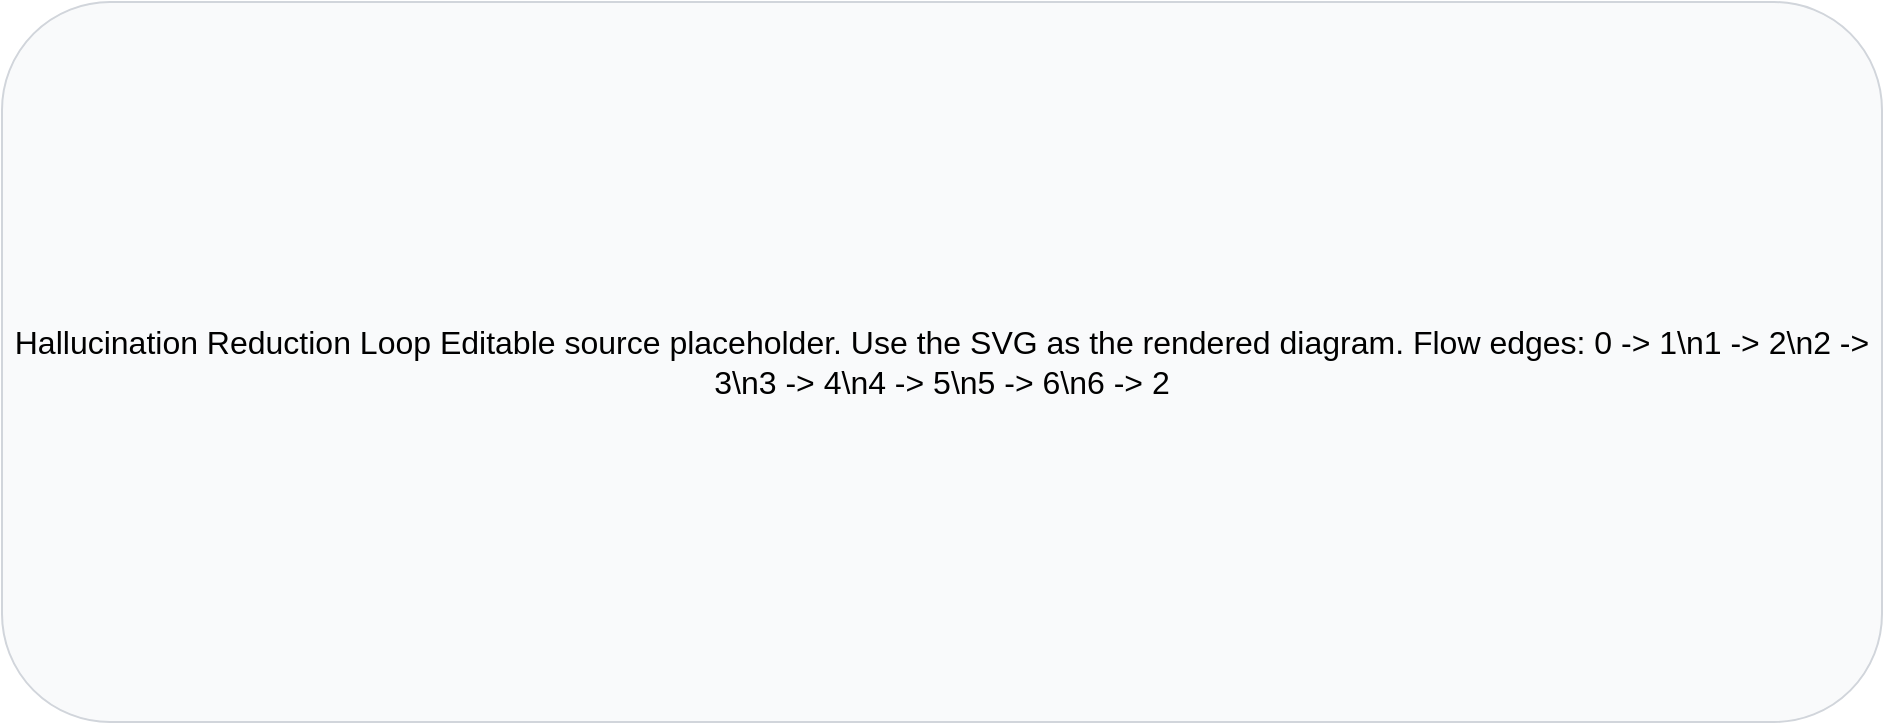
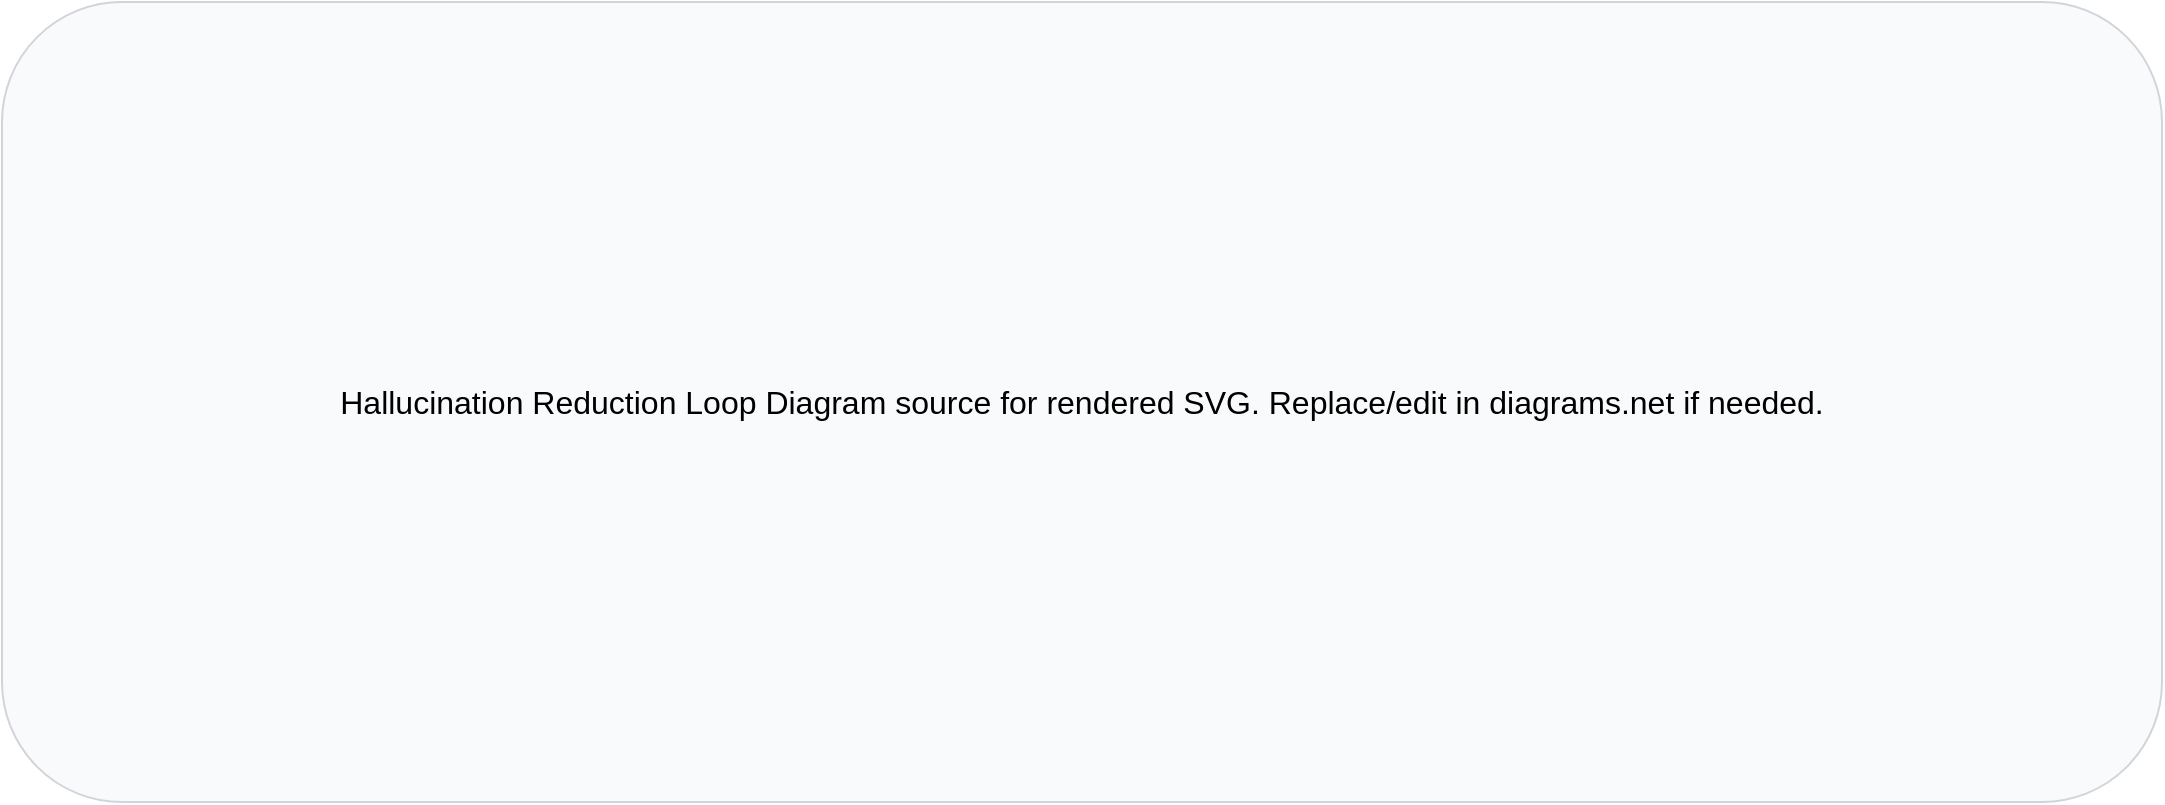
<mxfile host="app.diagrams.net">
  <diagram name="Hallucination Reduction Loop">
-     <mxGraphModel dx="1200" dy="800" grid="1" gridSize="10" guides="1" tooltips="1" connect="1" arrows="1" fold="1" page="1" pageScale="1" pageWidth="1100" pageHeight="520" math="0" shadow="0">
+     <mxGraphModel dx="1240" dy="800" grid="1" gridSize="10" guides="1" tooltips="1" connect="1" arrows="1" fold="1" page="1" pageScale="1" pageWidth="1240" pageHeight="560" math="0" shadow="0">
      <root>
        <mxCell id="0"/>
        <mxCell id="1" parent="0"/>
        <mxCell id="note" value="Hallucination Reduction Loop

- Editable source placeholder.
- Use the SVG as the rendered diagram.
- 
- Flow edges:
- 0 -&gt; 1\n1 -&gt; 2\n2 -&gt; 3\n3 -&gt; 4\n4 -&gt; 5\n5 -&gt; 6\n6 -&gt; 2" style="rounded=1;whiteSpace=wrap;html=1;fillColor=#f9fafb;strokeColor=#d1d5db;fontSize=16;" vertex="1" parent="1">
-           <mxGeometry x="80" y="80" width="940" height="360" as="geometry"/>
+ Diagram source for rendered SVG.
+ Replace/edit in diagrams.net if needed." style="rounded=1;whiteSpace=wrap;html=1;fillColor=#f9fafb;strokeColor=#d1d5db;fontSize=16;" vertex="1" parent="1">
+           <mxGeometry x="80" y="80" width="1080" height="400" as="geometry"/>
        </mxCell>
      </root>
    </mxGraphModel>
  </diagram>
</mxfile>
